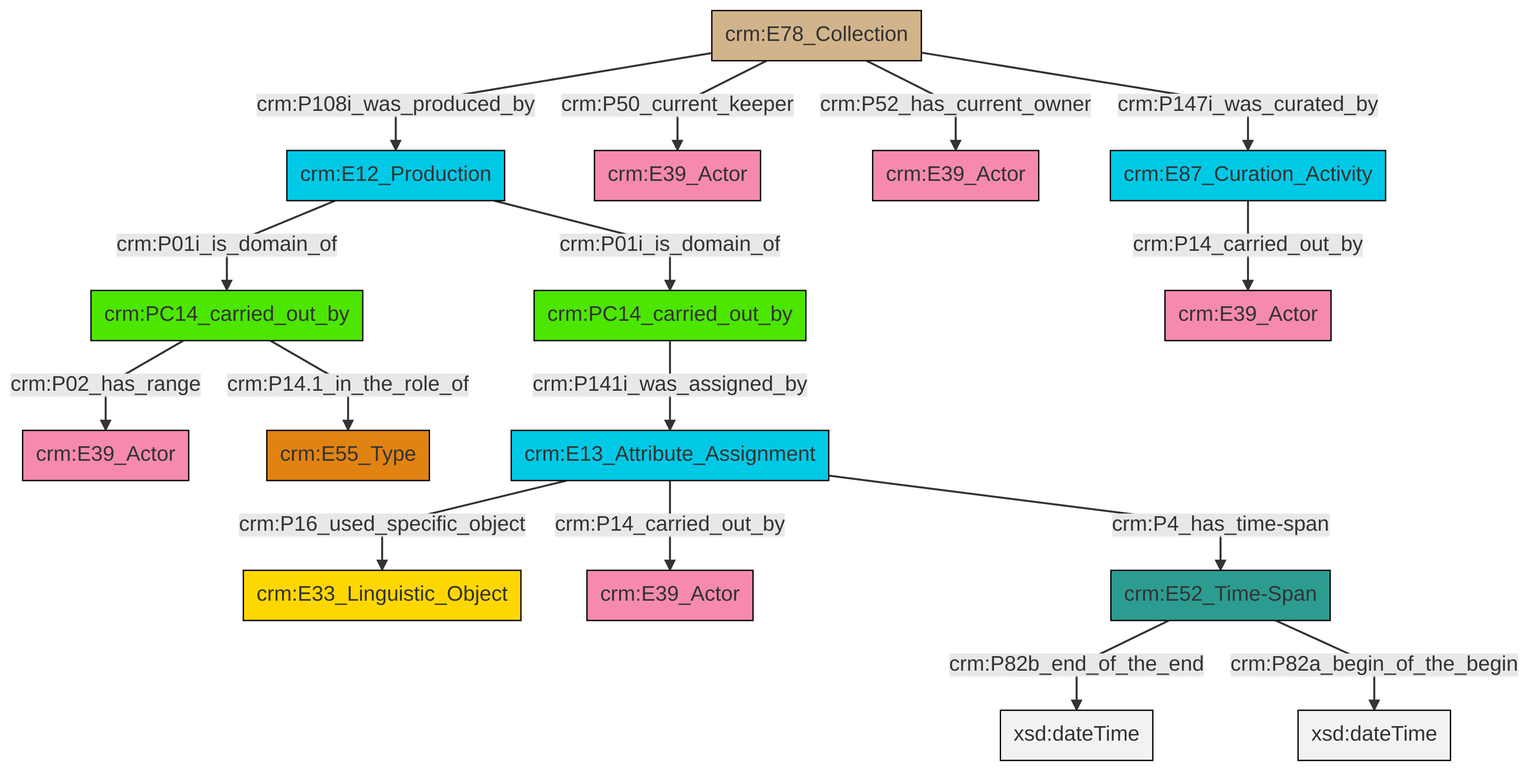
swiss-art-research-net/docs.swissartresearch keeps this Mermaid diagram as et/archivalCSV/ttl/mmd/png/archival_relation.png. Above is the earlier version. Its source is kept beside it as et/archivalCSV/ttl/mmd/archival_relation.ttl.mmd.
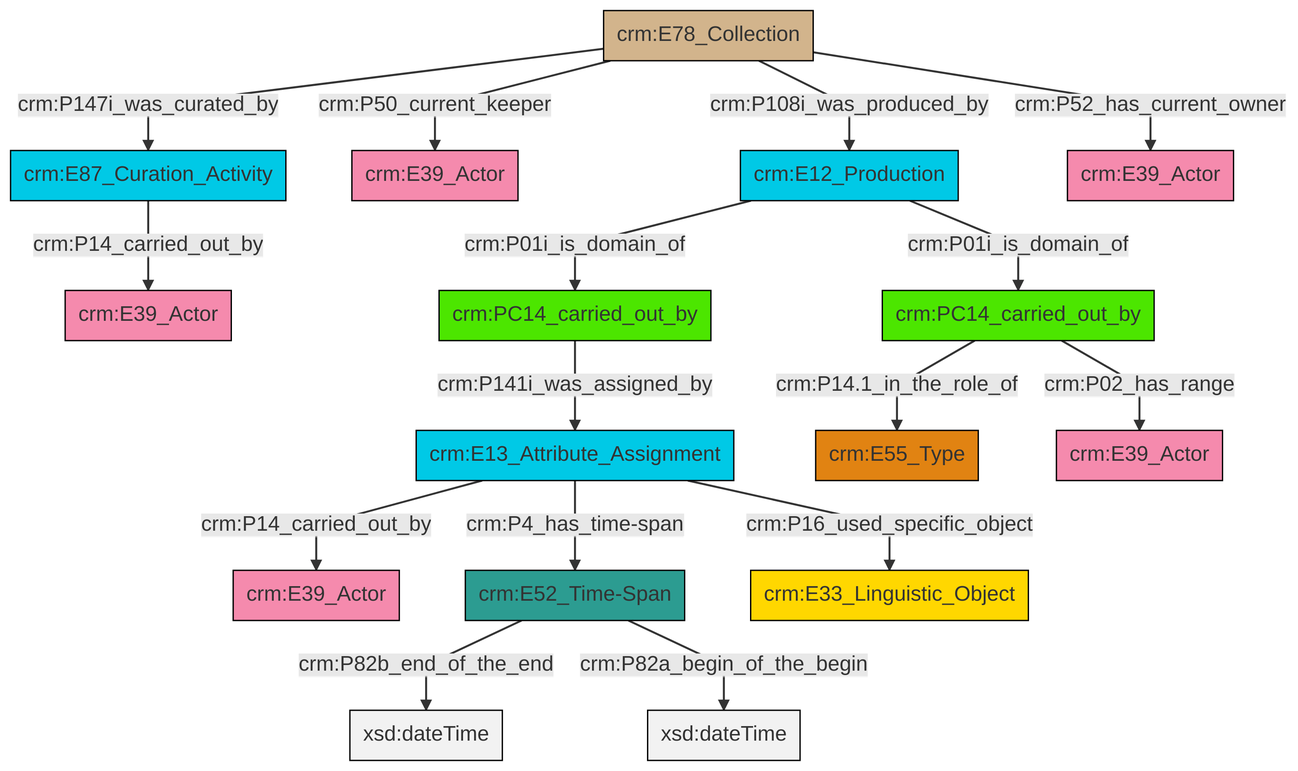
The same diagram one commit later.

Diff of the diagram source:
```diff
@@ -13,18 +13,18 @@
 classDef PC_Classes fill:#4ce600, stroke:#000000;
 classDef Multi fill:#cccccc,stroke:#000000;
 
-0["crm:PC14_carried_out_by"]:::PC_Classes -->|crm:P02_has_range| 1["crm:E39_Actor"]:::Actor
-2["crm:E78_Collection"]:::Physical_Thing -->|crm:P108i_was_produced_by| 3["crm:E12_Production"]:::Temporal_Entity
-2["crm:E78_Collection"]:::Physical_Thing -->|crm:P50_current_keeper| 6["crm:E39_Actor"]:::Actor
-7["crm:E13_Attribute_Assignment"]:::Temporal_Entity -->|crm:P16_used_specific_object| 8["crm:E33_Linguistic_Object"]:::Conceptual_Object
-10["crm:PC14_carried_out_by"]:::PC_Classes -->|crm:P141i_was_assigned_by| 7["crm:E13_Attribute_Assignment"]:::Temporal_Entity
-3["crm:E12_Production"]:::Temporal_Entity -->|crm:P01i_is_domain_of| 0["crm:PC14_carried_out_by"]:::PC_Classes
-2["crm:E78_Collection"]:::Physical_Thing -->|crm:P52_has_current_owner| 16["crm:E39_Actor"]:::Actor
-7["crm:E13_Attribute_Assignment"]:::Temporal_Entity -->|crm:P4_has_time-span| 19["crm:E52_Time-Span"]:::Time-Span
-19["crm:E52_Time-Span"]:::Time-Span -->|crm:P82b_end_of_the_end| 20[xsd:dateTime]:::Literal
-0["crm:PC14_carried_out_by"]:::PC_Classes -->|crm:P14.1_in_the_role_of| 4["crm:E55_Type"]:::Type
-7["crm:E13_Attribute_Assignment"]:::Temporal_Entity -->|crm:P14_carried_out_by| 17["crm:E39_Actor"]:::Actor
-23["crm:E87_Curation_Activity"]:::Temporal_Entity -->|crm:P14_carried_out_by| 12["crm:E39_Actor"]:::Actor
-19["crm:E52_Time-Span"]:::Time-Span -->|crm:P82a_begin_of_the_begin| 25[xsd:dateTime]:::Literal
-3["crm:E12_Production"]:::Temporal_Entity -->|crm:P01i_is_domain_of| 10["crm:PC14_carried_out_by"]:::PC_Classes
-2["crm:E78_Collection"]:::Physical_Thing -->|crm:P147i_was_curated_by| 23["crm:E87_Curation_Activity"]:::Temporal_Entity
+4["crm:E78_Collection"]:::Physical_Thing -->|crm:P147i_was_curated_by| 5["crm:E87_Curation_Activity"]:::Temporal_Entity
+10["crm:E13_Attribute_Assignment"]:::Temporal_Entity -->|crm:P14_carried_out_by| 11["crm:E39_Actor"]:::Actor
+12["crm:E52_Time-Span"]:::Time-Span -->|crm:P82b_end_of_the_end| 13[xsd:dateTime]:::Literal
+14["crm:PC14_carried_out_by"]:::PC_Classes -->|crm:P14.1_in_the_role_of| 6["crm:E55_Type"]:::Type
+8["crm:PC14_carried_out_by"]:::PC_Classes -->|crm:P141i_was_assigned_by| 10["crm:E13_Attribute_Assignment"]:::Temporal_Entity
+10["crm:E13_Attribute_Assignment"]:::Temporal_Entity -->|crm:P4_has_time-span| 12["crm:E52_Time-Span"]:::Time-Span
+10["crm:E13_Attribute_Assignment"]:::Temporal_Entity -->|crm:P16_used_specific_object| 2["crm:E33_Linguistic_Object"]:::Conceptual_Object
+4["crm:E78_Collection"]:::Physical_Thing -->|crm:P50_current_keeper| 23["crm:E39_Actor"]:::Actor
+4["crm:E78_Collection"]:::Physical_Thing -->|crm:P108i_was_produced_by| 21["crm:E12_Production"]:::Temporal_Entity
+21["crm:E12_Production"]:::Temporal_Entity -->|crm:P01i_is_domain_of| 8["crm:PC14_carried_out_by"]:::PC_Classes
+5["crm:E87_Curation_Activity"]:::Temporal_Entity -->|crm:P14_carried_out_by| 0["crm:E39_Actor"]:::Actor
+21["crm:E12_Production"]:::Temporal_Entity -->|crm:P01i_is_domain_of| 14["crm:PC14_carried_out_by"]:::PC_Classes
+4["crm:E78_Collection"]:::Physical_Thing -->|crm:P52_has_current_owner| 24["crm:E39_Actor"]:::Actor
+12["crm:E52_Time-Span"]:::Time-Span -->|crm:P82a_begin_of_the_begin| 29[xsd:dateTime]:::Literal
+14["crm:PC14_carried_out_by"]:::PC_Classes -->|crm:P02_has_range| 17["crm:E39_Actor"]:::Actor
```
